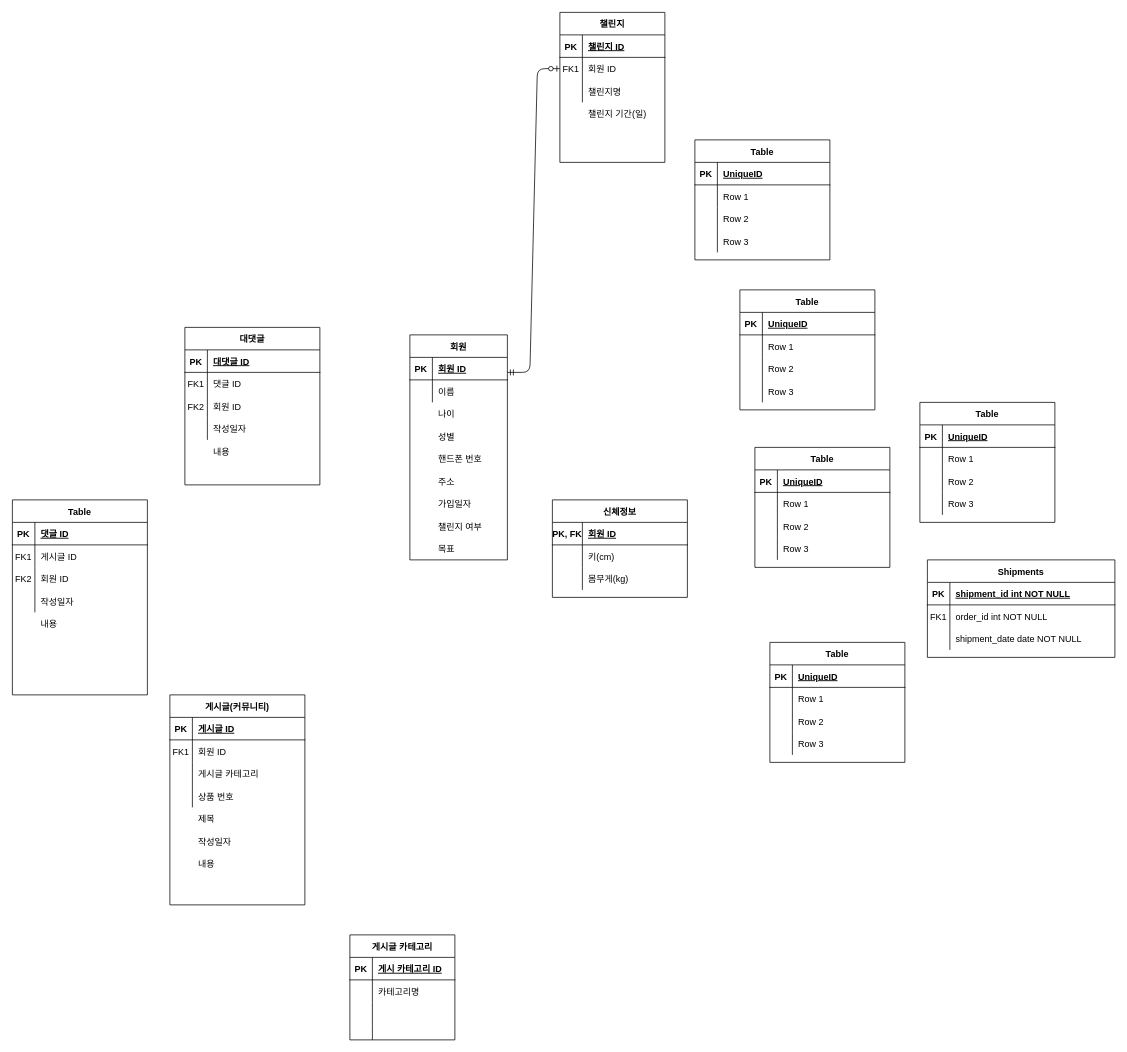
This is Untitled Diagram.drawio from eunhwa99/Lab-Intern, a draw.io file, before an edit. Source tidied: cells renumbered, new cells numbered last; positions are measured from the earlier drawing's top-left corner, leaving out a move shared by most shapes. Both pictures are drawn from the tidied source at 75%, with x=0, y=0 at pixel (12, 12).
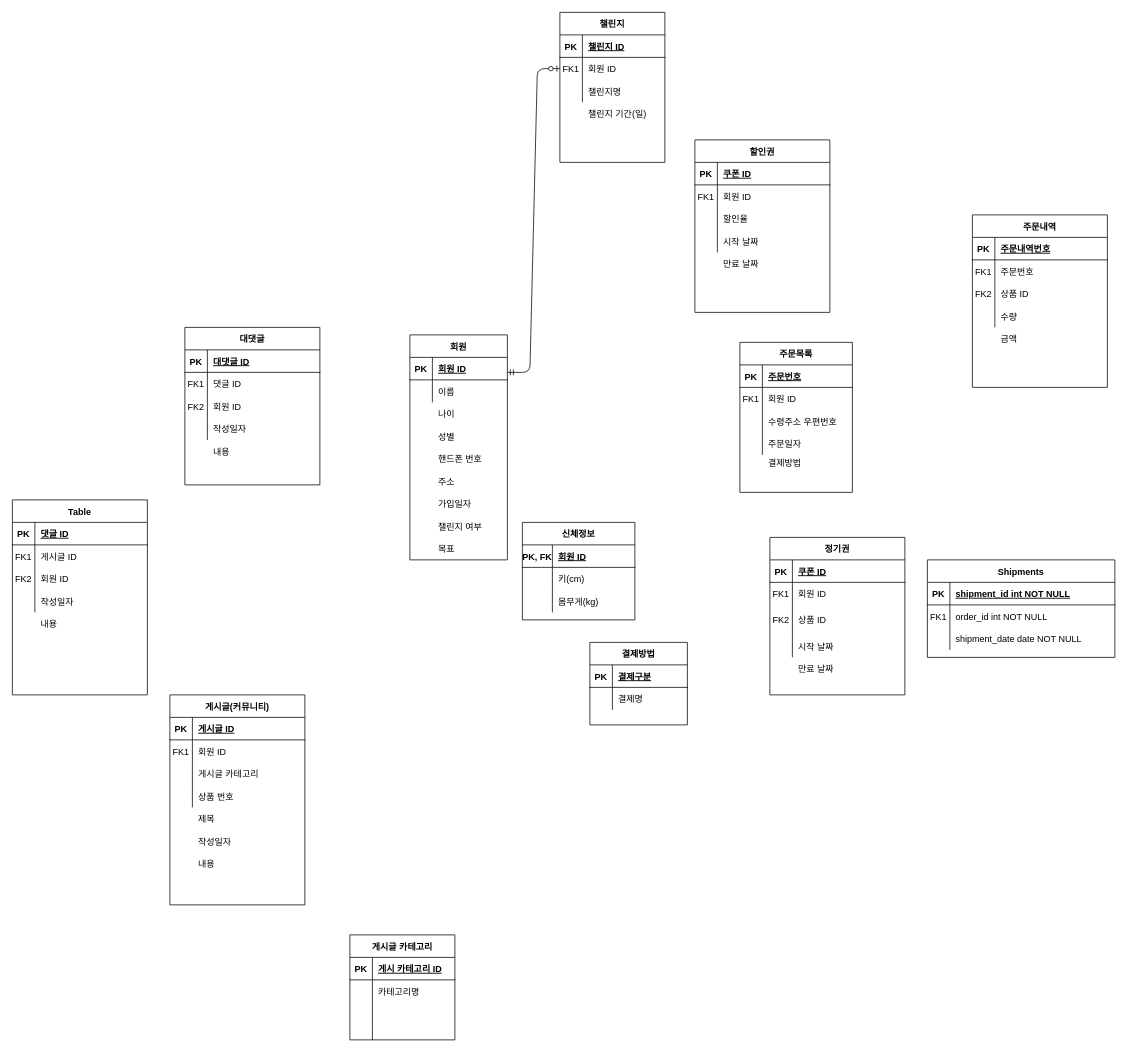
The same diagram, later.

The change refers to these unchanged cells:
```xml
<mxCell id="39" style="shape=partialRectangle;fillColor=none;top=0;left=0;bottom=1;right=0;" parent="38" vertex="1">
  <mxGeometry y="30" width="180" height="30" as="geometry" />
</mxCell>
<mxCell id="42" style="shape=partialRectangle;fillColor=none;top=0;left=0;bottom=0;right=0;" parent="38" vertex="1">
  <mxGeometry y="60" width="180" height="30" as="geometry" />
</mxCell>
<mxCell id="45" style="shape=partialRectangle;fillColor=none;top=0;left=0;bottom=0;right=0;" parent="38" vertex="1">
  <mxGeometry y="90" width="180" height="30" as="geometry" />
</mxCell>
<mxCell id="48" style="shape=partialRectangle;fillColor=none;top=0;left=0;bottom=0;right=0;" parent="38" vertex="1">
  <mxGeometry y="120" width="180" height="30" as="geometry" />
</mxCell>
<mxCell id="52" style="shape=partialRectangle;fillColor=none;top=0;left=0;bottom=1;right=0;" parent="51" vertex="1">
  <mxGeometry y="30" width="180" height="30" as="geometry" />
</mxCell>
<mxCell id="55" style="shape=partialRectangle;fillColor=none;top=0;left=0;bottom=0;right=0;" parent="51" vertex="1">
  <mxGeometry y="60" width="180" height="30" as="geometry" />
</mxCell>
<mxCell id="58" style="shape=partialRectangle;fillColor=none;top=0;left=0;bottom=0;right=0;" parent="51" vertex="1">
  <mxGeometry y="90" width="180" height="30" as="geometry" />
</mxCell>
<mxCell id="61" style="shape=partialRectangle;fillColor=none;top=0;left=0;bottom=0;right=0;" parent="51" vertex="1">
  <mxGeometry y="120" width="180" height="30" as="geometry" />
</mxCell>
<mxCell id="117" style="shape=partialRectangle;fillColor=none;top=0;left=0;bottom=1;right=0;" parent="116" vertex="1">
  <mxGeometry y="30" width="180" height="30" as="geometry" />
</mxCell>
<mxCell id="120" style="shape=partialRectangle;fillColor=none;top=0;left=0;bottom=0;right=0;" parent="116" vertex="1">
  <mxGeometry y="60" width="180" height="30" as="geometry" />
</mxCell>
```

Diff of the diagram source:
```diff
@@
-    <mxCell id="38" value="Table" style="shape=table;startSize=30;childLayout=tableLayout;rowLines=0;fontStyle=1;align=center;" parent="1" vertex="1">
-      <mxGeometry x="910" y="170" width="180" height="160" as="geometry" />
+    <mxCell id="38" value="할인권" style="shape=table;startSize=30;childLayout=tableLayout;rowLines=0;fontStyle=1;align=center;" parent="1" vertex="1">
+      <mxGeometry x="910" y="170" width="180" height="230" as="geometry" />
     </mxCell>
@@
-    <mxCell id="41" value="UniqueID" style="shape=partialRectangle;fillColor=none;top=0;left=0;bottom=0;right=0;align=left;spacingLeft=6;fontStyle=5;overflow=hidden;" parent="39" vertex="1">
+    <mxCell id="41" value="쿠폰 ID" style="shape=partialRectangle;fillColor=none;top=0;left=0;bottom=0;right=0;align=left;spacingLeft=6;fontStyle=5;overflow=hidden;" parent="39" vertex="1">
       <mxGeometry x="30" width="150" height="30" as="geometry" />
     </mxCell>
@@
-    <mxCell id="43" style="shape=partialRectangle;fillColor=none;top=0;left=0;bottom=0;right=0;overflow=hidden;" parent="42" vertex="1">
+    <mxCell id="43" value="FK1" style="shape=partialRectangle;fillColor=none;top=0;left=0;bottom=0;right=0;overflow=hidden;" parent="42" vertex="1">
       <mxGeometry width="30" height="30" as="geometry" />
     </mxCell>
-    <mxCell id="44" value="Row 1" style="shape=partialRectangle;fillColor=none;top=0;left=0;bottom=0;right=0;align=left;spacingLeft=6;overflow=hidden;" parent="42" vertex="1">
+    <mxCell id="44" value="회원 ID" style="shape=partialRectangle;fillColor=none;top=0;left=0;bottom=0;right=0;align=left;spacingLeft=6;overflow=hidden;" parent="42" vertex="1">
       <mxGeometry x="30" width="150" height="30" as="geometry" />
     </mxCell>
@@
-    <mxCell id="47" value="Row 2" style="shape=partialRectangle;fillColor=none;top=0;left=0;bottom=0;right=0;align=left;spacingLeft=6;overflow=hidden;" parent="45" vertex="1">
+    <mxCell id="47" value="할인율" style="shape=partialRectangle;fillColor=none;top=0;left=0;bottom=0;right=0;align=left;spacingLeft=6;overflow=hidden;" parent="45" vertex="1">
       <mxGeometry x="30" width="150" height="30" as="geometry" />
     </mxCell>
@@
-    <mxCell id="50" value="Row 3" style="shape=partialRectangle;fillColor=none;top=0;left=0;bottom=0;right=0;align=left;spacingLeft=6;overflow=hidden;" parent="48" vertex="1">
+    <mxCell id="50" value="시작 날짜" style="shape=partialRectangle;fillColor=none;top=0;left=0;bottom=0;right=0;align=left;spacingLeft=6;overflow=hidden;" parent="48" vertex="1">
       <mxGeometry x="30" width="150" height="30" as="geometry" />
     </mxCell>
-    <mxCell id="51" value="Table" style="shape=table;startSize=30;childLayout=tableLayout;rowLines=0;fontStyle=1;align=center;" parent="1" vertex="1">
-      <mxGeometry x="1210" y="520" width="180" height="160" as="geometry" />
+    <mxCell id="51" value="주문내역" style="shape=table;startSize=30;childLayout=tableLayout;rowLines=0;fontStyle=1;align=center;" parent="1" vertex="1">
+      <mxGeometry x="1280" y="270" width="180" height="230" as="geometry" />
     </mxCell>
@@
-    <mxCell id="54" value="UniqueID" style="shape=partialRectangle;fillColor=none;top=0;left=0;bottom=0;right=0;align=left;spacingLeft=6;fontStyle=5;overflow=hidden;" parent="52" vertex="1">
+    <mxCell id="54" value="주문내역번호" style="shape=partialRectangle;fillColor=none;top=0;left=0;bottom=0;right=0;align=left;spacingLeft=6;fontStyle=5;overflow=hidden;" parent="52" vertex="1">
       <mxGeometry x="30" width="150" height="30" as="geometry" />
     </mxCell>
@@
-    <mxCell id="56" style="shape=partialRectangle;fillColor=none;top=0;left=0;bottom=0;right=0;overflow=hidden;" parent="55" vertex="1">
+    <mxCell id="56" value="FK1" style="shape=partialRectangle;fillColor=none;top=0;left=0;bottom=0;right=0;overflow=hidden;" parent="55" vertex="1">
       <mxGeometry width="30" height="30" as="geometry" />
     </mxCell>
-    <mxCell id="57" value="Row 1" style="shape=partialRectangle;fillColor=none;top=0;left=0;bottom=0;right=0;align=left;spacingLeft=6;overflow=hidden;" parent="55" vertex="1">
+    <mxCell id="57" value="주문번호" style="shape=partialRectangle;fillColor=none;top=0;left=0;bottom=0;right=0;align=left;spacingLeft=6;overflow=hidden;" parent="55" vertex="1">
       <mxGeometry x="30" width="150" height="30" as="geometry" />
     </mxCell>
@@
-    <mxCell id="59" style="shape=partialRectangle;fillColor=none;top=0;left=0;bottom=0;right=0;overflow=hidden;" parent="58" vertex="1">
+    <mxCell id="59" value="FK2" style="shape=partialRectangle;fillColor=none;top=0;left=0;bottom=0;right=0;overflow=hidden;" parent="58" vertex="1">
       <mxGeometry width="30" height="30" as="geometry" />
     </mxCell>
-    <mxCell id="60" value="Row 2" style="shape=partialRectangle;fillColor=none;top=0;left=0;bottom=0;right=0;align=left;spacingLeft=6;overflow=hidden;" parent="58" vertex="1">
+    <mxCell id="60" value="상품 ID" style="shape=partialRectangle;fillColor=none;top=0;left=0;bottom=0;right=0;align=left;spacingLeft=6;overflow=hidden;" parent="58" vertex="1">
       <mxGeometry x="30" width="150" height="30" as="geometry" />
     </mxCell>
@@
-    <mxCell id="63" value="Row 3" style="shape=partialRectangle;fillColor=none;top=0;left=0;bottom=0;right=0;align=left;spacingLeft=6;overflow=hidden;" parent="61" vertex="1">
+    <mxCell id="63" value="수량" style="shape=partialRectangle;fillColor=none;top=0;left=0;bottom=0;right=0;align=left;spacingLeft=6;overflow=hidden;" parent="61" vertex="1">
       <mxGeometry x="30" width="150" height="30" as="geometry" />
     </mxCell>
-    <mxCell id="64" value="Table" style="shape=table;startSize=30;childLayout=tableLayout;rowLines=0;fontStyle=1;align=center;" parent="1" vertex="1">
-      <mxGeometry x="970" y="370" width="180" height="160" as="geometry" />
+    <mxCell id="64" value="주문목록" style="shape=table;startSize=30;childLayout=tableLayout;rowLines=0;fontStyle=1;align=center;" parent="1" vertex="1">
+      <mxGeometry x="970" y="440" width="150" height="200" as="geometry" />
     </mxCell>
     <mxCell id="65" style="shape=partialRectangle;fillColor=none;top=0;left=0;bottom=1;right=0;" parent="64" vertex="1">
-      <mxGeometry y="30" width="180" height="30" as="geometry" />
+      <mxGeometry y="30" width="150" height="30" as="geometry" />
     </mxCell>
@@
-    <mxCell id="67" value="UniqueID" style="shape=partialRectangle;fillColor=none;top=0;left=0;bottom=0;right=0;align=left;spacingLeft=6;fontStyle=5;overflow=hidden;" parent="65" vertex="1">
-      <mxGeometry x="30" width="150" height="30" as="geometry" />
+    <mxCell id="67" value="주문번호" style="shape=partialRectangle;fillColor=none;top=0;left=0;bottom=0;right=0;align=left;spacingLeft=6;fontStyle=5;overflow=hidden;" parent="65" vertex="1">
+      <mxGeometry x="30" width="120" height="30" as="geometry" />
     </mxCell>
     <mxCell id="68" style="shape=partialRectangle;fillColor=none;top=0;left=0;bottom=0;right=0;" parent="64" vertex="1">
-      <mxGeometry y="60" width="180" height="30" as="geometry" />
+      <mxGeometry y="60" width="150" height="30" as="geometry" />
     </mxCell>
-    <mxCell id="69" style="shape=partialRectangle;fillColor=none;top=0;left=0;bottom=0;right=0;overflow=hidden;" parent="68" vertex="1">
+    <mxCell id="69" value="FK1" style="shape=partialRectangle;fillColor=none;top=0;left=0;bottom=0;right=0;overflow=hidden;" parent="68" vertex="1">
       <mxGeometry width="30" height="30" as="geometry" />
     </mxCell>
-    <mxCell id="70" value="Row 1" style="shape=partialRectangle;fillColor=none;top=0;left=0;bottom=0;right=0;align=left;spacingLeft=6;overflow=hidden;" parent="68" vertex="1">
-      <mxGeometry x="30" width="150" height="30" as="geometry" />
+    <mxCell id="70" value="회원 ID" style="shape=partialRectangle;fillColor=none;top=0;left=0;bottom=0;right=0;align=left;spacingLeft=6;overflow=hidden;" parent="68" vertex="1">
+      <mxGeometry x="30" width="120" height="30" as="geometry" />
     </mxCell>
     <mxCell id="71" style="shape=partialRectangle;fillColor=none;top=0;left=0;bottom=0;right=0;" parent="64" vertex="1">
-      <mxGeometry y="90" width="180" height="30" as="geometry" />
+      <mxGeometry y="90" width="150" height="30" as="geometry" />
     </mxCell>
@@
-    <mxCell id="73" value="Row 2" style="shape=partialRectangle;fillColor=none;top=0;left=0;bottom=0;right=0;align=left;spacingLeft=6;overflow=hidden;" parent="71" vertex="1">
-      <mxGeometry x="30" width="150" height="30" as="geometry" />
+    <mxCell id="73" value="수령주소 우편번호" style="shape=partialRectangle;fillColor=none;top=0;left=0;bottom=0;right=0;align=left;spacingLeft=6;overflow=hidden;" parent="71" vertex="1">
+      <mxGeometry x="30" width="120" height="30" as="geometry" />
     </mxCell>
     <mxCell id="74" style="shape=partialRectangle;fillColor=none;top=0;left=0;bottom=0;right=0;" parent="64" vertex="1">
-      <mxGeometry y="120" width="180" height="30" as="geometry" />
+      <mxGeometry y="120" width="150" height="30" as="geometry" />
     </mxCell>
@@
-    <mxCell id="76" value="Row 3" style="shape=partialRectangle;fillColor=none;top=0;left=0;bottom=0;right=0;align=left;spacingLeft=6;overflow=hidden;" parent="74" vertex="1">
-      <mxGeometry x="30" width="150" height="30" as="geometry" />
+    <mxCell id="76" value="주문일자" style="shape=partialRectangle;fillColor=none;top=0;left=0;bottom=0;right=0;align=left;spacingLeft=6;overflow=hidden;" parent="74" vertex="1">
+      <mxGeometry x="30" width="120" height="30" as="geometry" />
     </mxCell>
-    <mxCell id="77" value="Table" style="shape=table;startSize=30;childLayout=tableLayout;rowLines=0;fontStyle=1;align=center;" parent="1" vertex="1">
-      <mxGeometry x="1010" y="840" width="180" height="160" as="geometry" />
+    <mxCell id="77" value="결제방법" style="shape=table;startSize=30;childLayout=tableLayout;rowLines=0;fontStyle=1;align=center;" parent="1" vertex="1">
+      <mxGeometry x="770" y="840" width="130" height="110" as="geometry" />
     </mxCell>
     <mxCell id="78" style="shape=partialRectangle;fillColor=none;top=0;left=0;bottom=1;right=0;" parent="77" vertex="1">
-      <mxGeometry y="30" width="180" height="30" as="geometry" />
+      <mxGeometry y="30" width="130" height="30" as="geometry" />
     </mxCell>
@@
-    <mxCell id="80" value="UniqueID" style="shape=partialRectangle;fillColor=none;top=0;left=0;bottom=0;right=0;align=left;spacingLeft=6;fontStyle=5;overflow=hidden;" parent="78" vertex="1">
-      <mxGeometry x="30" width="150" height="30" as="geometry" />
+    <mxCell id="80" value="결제구분" style="shape=partialRectangle;fillColor=none;top=0;left=0;bottom=0;right=0;align=left;spacingLeft=6;fontStyle=5;overflow=hidden;" parent="78" vertex="1">
+      <mxGeometry x="30" width="100" height="30" as="geometry" />
     </mxCell>
     <mxCell id="81" style="shape=partialRectangle;fillColor=none;top=0;left=0;bottom=0;right=0;" parent="77" vertex="1">
-      <mxGeometry y="60" width="180" height="30" as="geometry" />
+      <mxGeometry y="60" width="130" height="30" as="geometry" />
     </mxCell>
@@
-    <mxCell id="83" value="Row 1" style="shape=partialRectangle;fillColor=none;top=0;left=0;bottom=0;right=0;align=left;spacingLeft=6;overflow=hidden;" parent="81" vertex="1">
-      <mxGeometry x="30" width="150" height="30" as="geometry" />
+    <mxCell id="83" value="결제명" style="shape=partialRectangle;fillColor=none;top=0;left=0;bottom=0;right=0;align=left;spacingLeft=6;overflow=hidden;" parent="81" vertex="1">
+      <mxGeometry x="30" width="100" height="30" as="geometry" />
     </mxCell>
-    <mxCell id="84" style="shape=partialRectangle;fillColor=none;top=0;left=0;bottom=0;right=0;" parent="77" vertex="1">
-      <mxGeometry y="90" width="180" height="30" as="geometry" />
-    </mxCell>
-    <mxCell id="85" style="shape=partialRectangle;fillColor=none;top=0;left=0;bottom=0;right=0;overflow=hidden;" parent="84" vertex="1">
-      <mxGeometry width="30" height="30" as="geometry" />
-    </mxCell>
-    <mxCell id="86" value="Row 2" style="shape=partialRectangle;fillColor=none;top=0;left=0;bottom=0;right=0;align=left;spacingLeft=6;overflow=hidden;" parent="84" vertex="1">
-      <mxGeometry x="30" width="150" height="30" as="geometry" />
-    </mxCell>
-    <mxCell id="87" style="shape=partialRectangle;fillColor=none;top=0;left=0;bottom=0;right=0;" parent="77" vertex="1">
-      <mxGeometry y="120" width="180" height="30" as="geometry" />
-    </mxCell>
-    <mxCell id="88" style="shape=partialRectangle;fillColor=none;top=0;left=0;bottom=0;right=0;overflow=hidden;" parent="87" vertex="1">
-      <mxGeometry width="30" height="30" as="geometry" />
-    </mxCell>
-    <mxCell id="89" value="Row 3" style="shape=partialRectangle;fillColor=none;top=0;left=0;bottom=0;right=0;align=left;spacingLeft=6;overflow=hidden;" parent="87" vertex="1">
-      <mxGeometry x="30" width="150" height="30" as="geometry" />
-    </mxCell>
@@
-    <mxCell id="116" value="Table" style="shape=table;startSize=30;childLayout=tableLayout;rowLines=0;fontStyle=1;align=center;" parent="1" vertex="1">
-      <mxGeometry x="990" y="580" width="180" height="160" as="geometry" />
+    <mxCell id="116" value="정기권" style="shape=table;startSize=30;childLayout=tableLayout;rowLines=0;fontStyle=1;align=center;" parent="1" vertex="1">
+      <mxGeometry x="1010" y="700" width="180" height="210" as="geometry" />
     </mxCell>
@@
-    <mxCell id="119" value="UniqueID" style="shape=partialRectangle;fillColor=none;top=0;left=0;bottom=0;right=0;align=left;spacingLeft=6;fontStyle=5;overflow=hidden;" parent="117" vertex="1">
+    <mxCell id="119" value="쿠폰 ID" style="shape=partialRectangle;fillColor=none;top=0;left=0;bottom=0;right=0;align=left;spacingLeft=6;fontStyle=5;overflow=hidden;" parent="117" vertex="1">
       <mxGeometry x="30" width="150" height="30" as="geometry" />
     </mxCell>
@@
-    <mxCell id="121" style="shape=partialRectangle;fillColor=none;top=0;left=0;bottom=0;right=0;overflow=hidden;" parent="120" vertex="1">
+    <mxCell id="121" value="FK1" style="shape=partialRectangle;fillColor=none;top=0;left=0;bottom=0;right=0;overflow=hidden;" parent="120" vertex="1">
       <mxGeometry width="30" height="30" as="geometry" />
     </mxCell>
-    <mxCell id="122" value="Row 1" style="shape=partialRectangle;fillColor=none;top=0;left=0;bottom=0;right=0;align=left;spacingLeft=6;overflow=hidden;" parent="120" vertex="1">
+    <mxCell id="122" value="회원 ID" style="shape=partialRectangle;fillColor=none;top=0;left=0;bottom=0;right=0;align=left;spacingLeft=6;overflow=hidden;" parent="120" vertex="1">
       <mxGeometry x="30" width="150" height="30" as="geometry" />
     </mxCell>
     <mxCell id="123" style="shape=partialRectangle;fillColor=none;top=0;left=0;bottom=0;right=0;" parent="116" vertex="1">
-      <mxGeometry y="90" width="180" height="30" as="geometry" />
+      <mxGeometry y="90" width="180" height="40" as="geometry" />
     </mxCell>
-    <mxCell id="124" style="shape=partialRectangle;fillColor=none;top=0;left=0;bottom=0;right=0;overflow=hidden;" parent="123" vertex="1">
-      <mxGeometry width="30" height="30" as="geometry" />
+    <mxCell id="124" value="FK2" style="shape=partialRectangle;fillColor=none;top=0;left=0;bottom=0;right=0;overflow=hidden;" parent="123" vertex="1">
+      <mxGeometry width="30" height="40" as="geometry" />
     </mxCell>
-    <mxCell id="125" value="Row 2" style="shape=partialRectangle;fillColor=none;top=0;left=0;bottom=0;right=0;align=left;spacingLeft=6;overflow=hidden;" parent="123" vertex="1">
-      <mxGeometry x="30" width="150" height="30" as="geometry" />
+    <mxCell id="125" value="상품 ID" style="shape=partialRectangle;fillColor=none;top=0;left=0;bottom=0;right=0;align=left;spacingLeft=6;overflow=hidden;" parent="123" vertex="1">
+      <mxGeometry x="30" width="150" height="40" as="geometry" />
     </mxCell>
     <mxCell id="126" style="shape=partialRectangle;fillColor=none;top=0;left=0;bottom=0;right=0;" parent="116" vertex="1">
-      <mxGeometry y="120" width="180" height="30" as="geometry" />
+      <mxGeometry y="130" width="180" height="30" as="geometry" />
     </mxCell>
@@
-    <mxCell id="128" value="Row 3" style="shape=partialRectangle;fillColor=none;top=0;left=0;bottom=0;right=0;align=left;spacingLeft=6;overflow=hidden;" parent="126" vertex="1">
+    <mxCell id="128" value="시작 날짜" style="shape=partialRectangle;fillColor=none;top=0;left=0;bottom=0;right=0;align=left;spacingLeft=6;overflow=hidden;" parent="126" vertex="1">
       <mxGeometry x="30" width="150" height="30" as="geometry" />
     </mxCell>
@@
     <mxCell id="168" value="신체정보" style="shape=table;startSize=30;childLayout=tableLayout;rowLines=0;fontStyle=1;align=center;" parent="1" vertex="1">
-      <mxGeometry x="720" y="650" width="180" height="130" as="geometry" />
+      <mxGeometry x="680" y="680" width="150" height="130" as="geometry" />
     </mxCell>
     <mxCell id="169" style="shape=partialRectangle;fillColor=none;top=0;left=0;bottom=1;right=0;" parent="168" vertex="1">
-      <mxGeometry y="30" width="180" height="30" as="geometry" />
+      <mxGeometry y="30" width="150" height="30" as="geometry" />
     </mxCell>
@@
     <mxCell id="171" value="회원 ID" style="shape=partialRectangle;fillColor=none;top=0;left=0;bottom=0;right=0;align=left;spacingLeft=6;fontStyle=5;overflow=hidden;" parent="169" vertex="1">
-      <mxGeometry x="40" width="140" height="30" as="geometry" />
+      <mxGeometry x="40" width="110" height="30" as="geometry" />
     </mxCell>
     <mxCell id="172" style="shape=partialRectangle;fillColor=none;top=0;left=0;bottom=0;right=0;" parent="168" vertex="1">
-      <mxGeometry y="60" width="180" height="30" as="geometry" />
+      <mxGeometry y="60" width="150" height="30" as="geometry" />
     </mxCell>
@@
     <mxCell id="174" value="키(cm)" style="shape=partialRectangle;fillColor=none;top=0;left=0;bottom=0;right=0;align=left;spacingLeft=6;overflow=hidden;" parent="172" vertex="1">
-      <mxGeometry x="40" width="140" height="30" as="geometry" />
+      <mxGeometry x="40" width="110" height="30" as="geometry" />
     </mxCell>
     <mxCell id="175" style="shape=partialRectangle;fillColor=none;top=0;left=0;bottom=0;right=0;" parent="168" vertex="1">
-      <mxGeometry y="90" width="180" height="30" as="geometry" />
+      <mxGeometry y="90" width="150" height="30" as="geometry" />
     </mxCell>
@@
     <mxCell id="177" value="몸무게(kg)" style="shape=partialRectangle;fillColor=none;top=0;left=0;bottom=0;right=0;align=left;spacingLeft=6;overflow=hidden;" parent="175" vertex="1">
-      <mxGeometry x="40" width="140" height="30" as="geometry" />
+      <mxGeometry x="40" width="110" height="30" as="geometry" />
     </mxCell>
+    <mxCell id="178" value="만료 날짜" style="shape=partialRectangle;fillColor=none;top=0;left=0;bottom=0;right=0;align=left;spacingLeft=6;overflow=hidden;" parent="1" vertex="1">
+      <mxGeometry x="940" y="320" width="150" height="30" as="geometry" />
+    </mxCell>
+    <mxCell id="179" value="결제방법" style="shape=partialRectangle;fillColor=none;top=0;left=0;bottom=0;right=0;align=left;spacingLeft=6;overflow=hidden;" parent="1" vertex="1">
+      <mxGeometry x="1000" y="585" width="150" height="30" as="geometry" />
+    </mxCell>
+    <mxCell id="180" style="shape=partialRectangle;fillColor=none;top=0;left=0;bottom=0;right=0;" parent="1" vertex="1">
+      <mxGeometry x="1010" y="860" width="180" height="30" as="geometry" />
+    </mxCell>
+    <mxCell id="181" style="shape=partialRectangle;fillColor=none;top=0;left=0;bottom=0;right=0;overflow=hidden;" parent="180" vertex="1">
+      <mxGeometry width="30" height="30" as="geometry" />
+    </mxCell>
+    <mxCell id="182" value="만료 날짜" style="shape=partialRectangle;fillColor=none;top=0;left=0;bottom=0;right=0;align=left;spacingLeft=6;overflow=hidden;" parent="180" vertex="1">
+      <mxGeometry x="30" width="150" height="30" as="geometry" />
+    </mxCell>
+    <mxCell id="183" value="금액" style="shape=partialRectangle;fillColor=none;top=0;left=0;bottom=0;right=0;align=left;spacingLeft=6;overflow=hidden;" parent="1" vertex="1">
+      <mxGeometry x="1310" y="420" width="150" height="30" as="geometry" />
+    </mxCell>
```
